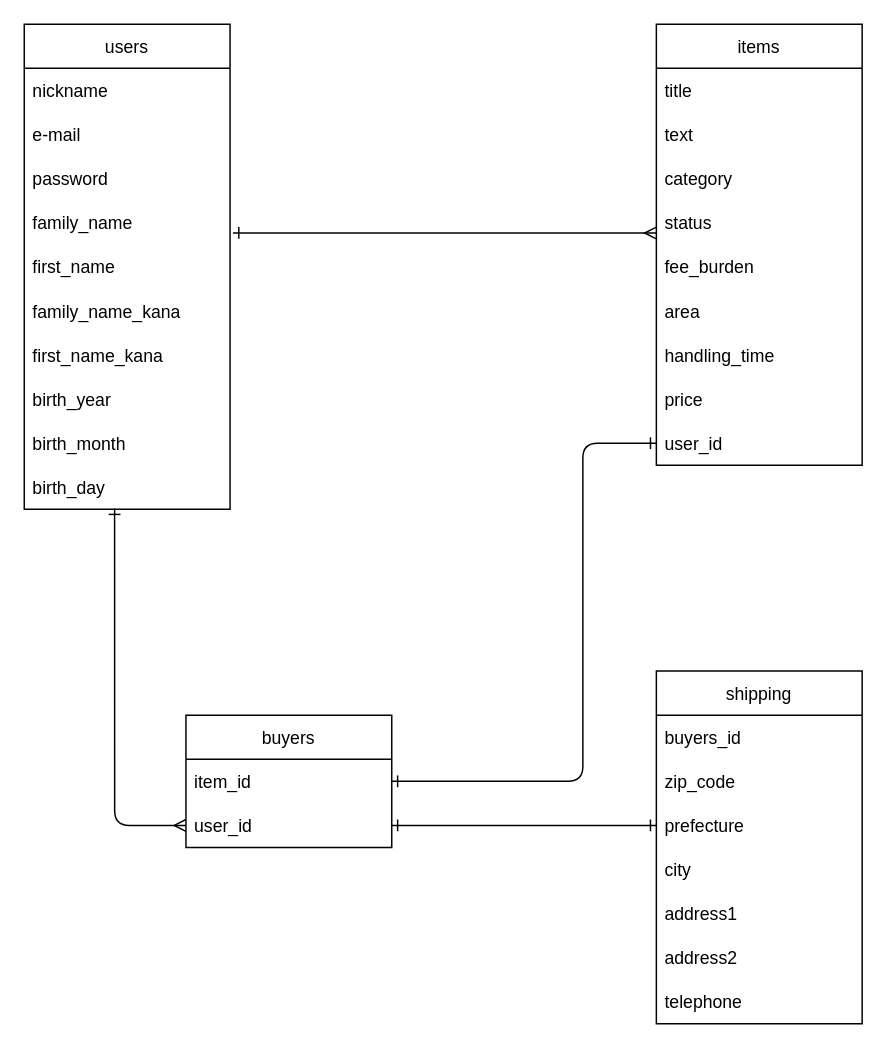
Earlier version of the draw.io diagram furima.dio (Office-asami/furima-37704). Source tidied: cells renumbered, new cells numbered last; positions are measured from the earlier drawing's top-left corner, leaving out a move shared by most shapes. Both pictures are drawn from the tidied source at 147%, with x=0, y=0 at pixel (24, 24).
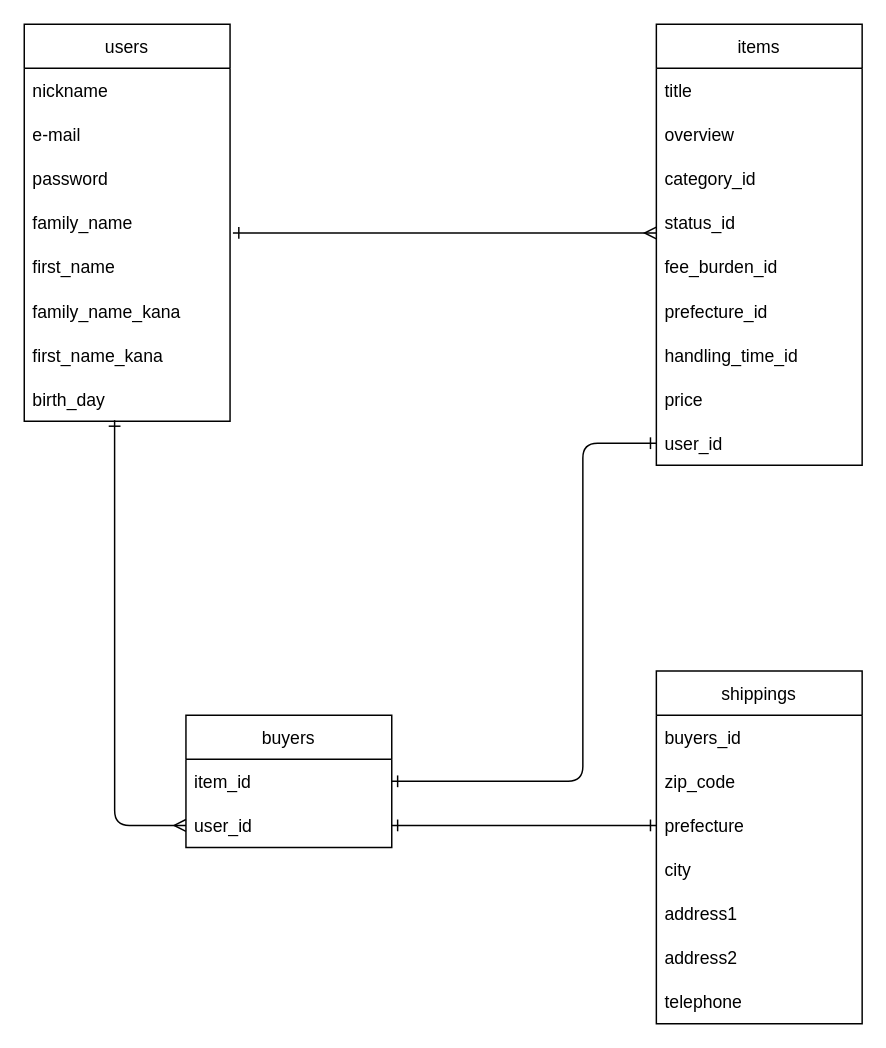
After the change.

Commit message (it also covers changes not shown here):
データベース設計#3

The change refers to these unchanged cells:
```xml
<mxCell id="2" value="items" style="swimlane;fontStyle=0;horizontal=1;startSize=30;" parent="1" vertex="1">
  <mxGeometry x="430" width="140" height="300" as="geometry" />
</mxCell>
```

What changed in the source:
```diff
@@
-    <mxCell id="4" value="text" style="text;strokeColor=none;fillColor=none;align=left;verticalAlign=middle;spacingLeft=4;spacingRight=4;overflow=hidden;" parent="2" vertex="1">
+    <mxCell id="4" value="overview" style="text;strokeColor=none;fillColor=none;align=left;verticalAlign=middle;spacingLeft=4;spacingRight=4;overflow=hidden;" parent="2" vertex="1">
       <mxGeometry y="60" width="140" height="30" as="geometry" />
     </mxCell>
-    <mxCell id="5" value="category" style="text;strokeColor=none;fillColor=none;align=left;verticalAlign=middle;spacingLeft=4;spacingRight=4;overflow=hidden;" parent="2" vertex="1">
+    <mxCell id="5" value="category_id" style="text;strokeColor=none;fillColor=none;align=left;verticalAlign=middle;spacingLeft=4;spacingRight=4;overflow=hidden;" parent="2" vertex="1">
       <mxGeometry y="90" width="140" height="30" as="geometry" />
     </mxCell>
-    <mxCell id="6" value="status" style="text;strokeColor=none;fillColor=none;align=left;verticalAlign=middle;spacingLeft=4;spacingRight=4;overflow=hidden;" parent="2" vertex="1">
+    <mxCell id="6" value="status_id" style="text;strokeColor=none;fillColor=none;align=left;verticalAlign=middle;spacingLeft=4;spacingRight=4;overflow=hidden;" parent="2" vertex="1">
       <mxGeometry y="120" width="140" height="30" as="geometry" />
     </mxCell>
-    <mxCell id="7" value="fee_burden" style="text;strokeColor=none;fillColor=none;align=left;verticalAlign=middle;spacingLeft=4;spacingRight=4;overflow=hidden;" parent="2" vertex="1">
+    <mxCell id="7" value="fee_burden_id" style="text;strokeColor=none;fillColor=none;align=left;verticalAlign=middle;spacingLeft=4;spacingRight=4;overflow=hidden;" parent="2" vertex="1">
       <mxGeometry y="150" width="140" height="30" as="geometry" />
     </mxCell>
-    <mxCell id="8" value="area" style="text;strokeColor=none;fillColor=none;align=left;verticalAlign=middle;spacingLeft=4;spacingRight=4;overflow=hidden;" parent="2" vertex="1">
+    <mxCell id="8" value="prefecture_id" style="text;strokeColor=none;fillColor=none;align=left;verticalAlign=middle;spacingLeft=4;spacingRight=4;overflow=hidden;" parent="2" vertex="1">
       <mxGeometry y="180" width="140" height="30" as="geometry" />
     </mxCell>
-    <mxCell id="9" value="handling_time" style="text;strokeColor=none;fillColor=none;align=left;verticalAlign=middle;spacingLeft=4;spacingRight=4;overflow=hidden;" parent="2" vertex="1">
+    <mxCell id="9" value="handling_time_id" style="text;strokeColor=none;fillColor=none;align=left;verticalAlign=middle;spacingLeft=4;spacingRight=4;overflow=hidden;" parent="2" vertex="1">
       <mxGeometry y="210" width="140" height="30" as="geometry" />
     </mxCell>
@@
     <mxCell id="12" value="users" style="swimlane;fontStyle=0;horizontal=1;startSize=30;" parent="1" vertex="1">
-      <mxGeometry width="140" height="330" as="geometry" />
+      <mxGeometry width="140" height="270" as="geometry" />
     </mxCell>
@@
-    <mxCell id="20" value="birth_year" style="text;strokeColor=none;fillColor=none;align=left;verticalAlign=middle;spacingLeft=4;spacingRight=4;overflow=hidden;" parent="12" vertex="1">
-      <mxGeometry y="240" width="140" height="30" as="geometry" />
-    </mxCell>
-    <mxCell id="21" value="birth_month" style="text;strokeColor=none;fillColor=none;align=left;verticalAlign=middle;spacingLeft=4;spacingRight=4;overflow=hidden;" parent="12" vertex="1">
-      <mxGeometry y="270" width="140" height="30" as="geometry" />
-    </mxCell>
     <mxCell id="22" value="birth_day" style="text;strokeColor=none;fillColor=none;align=left;verticalAlign=middle;spacingLeft=4;spacingRight=4;overflow=hidden;points=[[0,0.5],[1,0.5]];portConstraint=eastwest;" parent="12" vertex="1">
-      <mxGeometry y="300" width="140" height="30" as="geometry" />
+      <mxGeometry y="240" width="140" height="30" as="geometry" />
     </mxCell>
@@
-    <mxCell id="29" value="shipping" style="swimlane;fontStyle=0;horizontal=1;startSize=30;" parent="1" vertex="1">
+    <mxCell id="29" value="shippings" style="swimlane;fontStyle=0;horizontal=1;startSize=30;" parent="1" vertex="1">
       <mxGeometry x="430" y="440" width="140" height="240" as="geometry" />
     </mxCell>
```
